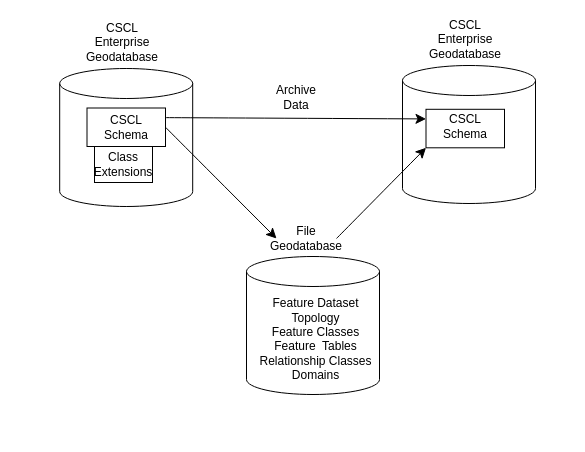
The draw.io diagram doc/bigpicture.drawio in mattyschell/cscl-migrate, before the edit. Source tidied: cells renumbered, new cells numbered last; positions are measured from the earlier drawing's top-left corner, leaving out a move shared by most shapes. Both pictures are drawn from the tidied source at 100%, with x=0, y=0 at pixel (59, 31).
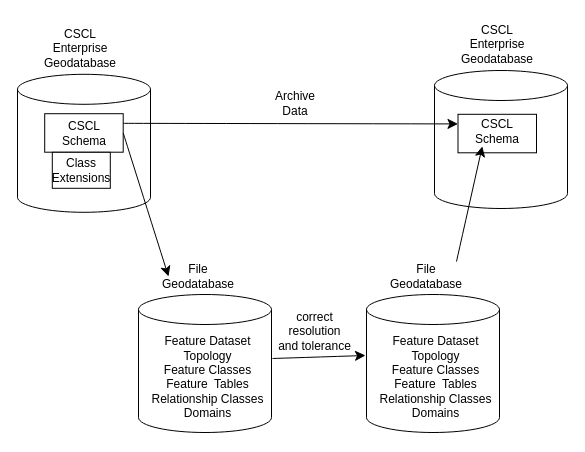
The same page after the edit.

Diff of the diagram source:
```diff
@@
     <mxCell id="2" style="shape=cylinder3;whiteSpace=wrap;html=1;boundedLbl=1;backgroundOutline=1;size=15;" parent="1" vertex="1">
-      <mxGeometry x="0.2" y="37" width="133" height="138" as="geometry" />
+      <mxGeometry x="-42" y="42.8" width="133" height="138" as="geometry" />
     </mxCell>
     <mxCell id="3" value="CSCL Enterprise Geodatabase&lt;div&gt;&lt;br&gt;&lt;/div&gt;" style="text;html=1;align=center;verticalAlign=middle;whiteSpace=wrap;rounded=0;" parent="1" vertex="1">
-      <mxGeometry x="33" y="3" width="60" height="30" as="geometry" />
+      <mxGeometry x="-9.2" y="8.8" width="60" height="30" as="geometry" />
     </mxCell>
     <mxCell id="4" style="rounded=0;whiteSpace=wrap;html=1;" parent="1" vertex="1">
-      <mxGeometry x="27.5" y="76.5" width="78.5" height="38.5" as="geometry" />
+      <mxGeometry x="-14.8" y="82.2" width="78.5" height="38.5" as="geometry" />
     </mxCell>
     <mxCell id="5" value="CSCL Schema" style="text;html=1;align=center;verticalAlign=middle;whiteSpace=wrap;rounded=0;" parent="1" vertex="1">
-      <mxGeometry x="36.8" y="80.8" width="60" height="30" as="geometry" />
+      <mxGeometry x="-5.5" y="86.5" width="60" height="30" as="geometry" />
     </mxCell>
     <mxCell id="6" value="Class Extensions" style="rounded=0;whiteSpace=wrap;html=1;" parent="1" vertex="1">
-      <mxGeometry x="35" y="115" width="58" height="36" as="geometry" />
+      <mxGeometry x="-7.2" y="120.8" width="58" height="36" as="geometry" />
     </mxCell>
     <mxCell id="7" style="shape=cylinder3;whiteSpace=wrap;html=1;boundedLbl=1;backgroundOutline=1;size=15;" parent="1" vertex="1">
-      <mxGeometry x="187" y="225" width="133" height="138" as="geometry" />
+      <mxGeometry x="79" y="263" width="133" height="138" as="geometry" />
     </mxCell>
     <mxCell id="8" value="&lt;div&gt;Feature Dataset&lt;/div&gt;&lt;div&gt;Topology&lt;/div&gt;Feature Classes&lt;div&gt;Feature&amp;nbsp; Tables&lt;/div&gt;&lt;div&gt;Relationship Classes&lt;/div&gt;&lt;div&gt;Domains&lt;/div&gt;&lt;div&gt;&lt;br&gt;&lt;/div&gt;" style="text;html=1;align=center;verticalAlign=middle;whiteSpace=wrap;rounded=0;" parent="1" vertex="1">
-      <mxGeometry x="184" y="300" width="145" height="30" as="geometry" />
+      <mxGeometry x="76" y="338" width="145" height="30" as="geometry" />
     </mxCell>
     <mxCell id="9" value="File Geodatabase" style="text;html=1;align=center;verticalAlign=middle;whiteSpace=wrap;rounded=0;" parent="1" vertex="1">
-      <mxGeometry x="217" y="192" width="60" height="30" as="geometry" />
+      <mxGeometry x="109" y="230" width="60" height="30" as="geometry" />
     </mxCell>
@@
     <mxCell id="11" style="shape=cylinder3;whiteSpace=wrap;html=1;boundedLbl=1;backgroundOutline=1;size=15;" parent="1" vertex="1">
-      <mxGeometry x="343" y="34" width="133" height="138" as="geometry" />
+      <mxGeometry x="375" y="39" width="133" height="138" as="geometry" />
     </mxCell>
     <mxCell id="12" value="CSCL Enterprise Geodatabase&lt;div&gt;&lt;br&gt;&lt;/div&gt;" style="text;html=1;align=center;verticalAlign=middle;whiteSpace=wrap;rounded=0;" parent="1" vertex="1">
-      <mxGeometry x="375.8" width="60" height="30" as="geometry" />
+      <mxGeometry x="407.8" y="5" width="60" height="30" as="geometry" />
     </mxCell>
     <mxCell id="13" style="rounded=0;whiteSpace=wrap;html=1;" parent="1" vertex="1">
-      <mxGeometry x="366.5" y="77.8" width="78.5" height="38.5" as="geometry" />
+      <mxGeometry x="398.5" y="82.8" width="78.5" height="38.5" as="geometry" />
     </mxCell>
     <mxCell id="14" value="CSCL Schema" style="text;html=1;align=center;verticalAlign=middle;whiteSpace=wrap;rounded=0;" parent="1" vertex="1">
-      <mxGeometry x="375.8" y="79.8" width="60" height="30" as="geometry" />
+      <mxGeometry x="407.8" y="84.8" width="60" height="30" as="geometry" />
     </mxCell>
@@
     <mxCell id="16" value="Archive Data" style="text;html=1;align=center;verticalAlign=middle;whiteSpace=wrap;rounded=0;" parent="1" vertex="1">
-      <mxGeometry x="207" y="50.8" width="60" height="30" as="geometry" />
+      <mxGeometry x="206" y="56.5" width="60" height="30" as="geometry" />
     </mxCell>
-    <mxCell id="17" style="endArrow=classic;html=1;rounded=0;fontSize=12;startSize=8;endSize=8;curved=1;entryX=0;entryY=1;entryDx=0;entryDy=0;exitX=1;exitY=0.5;exitDx=0;exitDy=0;" parent="1" edge="1" source="9" target="13">
-      <mxGeometry relative="1" as="geometry" />
-    </mxCell>
+    <mxCell id="18" style="shape=cylinder3;whiteSpace=wrap;html=1;boundedLbl=1;backgroundOutline=1;size=15;" parent="1" vertex="1">
+      <mxGeometry x="307" y="263" width="133" height="138" as="geometry" />
+    </mxCell>
+    <mxCell id="19" value="&lt;div&gt;Feature Dataset&lt;/div&gt;&lt;div&gt;Topology&lt;/div&gt;Feature Classes&lt;div&gt;Feature&amp;nbsp; Tables&lt;/div&gt;&lt;div&gt;Relationship Classes&lt;/div&gt;&lt;div&gt;Domains&lt;/div&gt;&lt;div&gt;&lt;br&gt;&lt;/div&gt;" style="text;html=1;align=center;verticalAlign=middle;whiteSpace=wrap;rounded=0;" parent="1" vertex="1">
+      <mxGeometry x="304" y="338" width="145" height="30" as="geometry" />
+    </mxCell>
+    <mxCell id="20" value="File Geodatabase" style="text;html=1;align=center;verticalAlign=middle;whiteSpace=wrap;rounded=0;" parent="1" vertex="1">
+      <mxGeometry x="337" y="230" width="60" height="30" as="geometry" />
+    </mxCell>
+    <mxCell id="21" style="endArrow=classic;html=1;rounded=0;fontSize=12;startSize=8;endSize=8;curved=1;" parent="1" edge="1">
+      <mxGeometry relative="1" as="geometry">
+        <mxPoint x="213" y="327" as="sourcePoint" />
+        <mxPoint x="306" y="324" as="targetPoint" />
+      </mxGeometry>
+    </mxCell>
+    <mxCell id="22" style="endArrow=classic;html=1;rounded=0;fontSize=12;startSize=8;endSize=8;curved=1;exitX=1;exitY=0;exitDx=0;exitDy=0;entryX=0.25;entryY=1;entryDx=0;entryDy=0;" parent="1" edge="1" source="20" target="14">
+      <mxGeometry relative="1" as="geometry" />
+    </mxCell>
+    <mxCell id="23" value="correct&lt;div&gt;resolution&lt;/div&gt;&lt;div&gt;and tolerance&lt;br&gt;&lt;div&gt;&lt;br&gt;&lt;/div&gt;&lt;/div&gt;" style="text;html=1;align=center;verticalAlign=middle;whiteSpace=wrap;rounded=0;" parent="1" vertex="1">
+      <mxGeometry x="212" y="292" width="87" height="30" as="geometry" />
+    </mxCell>
```
